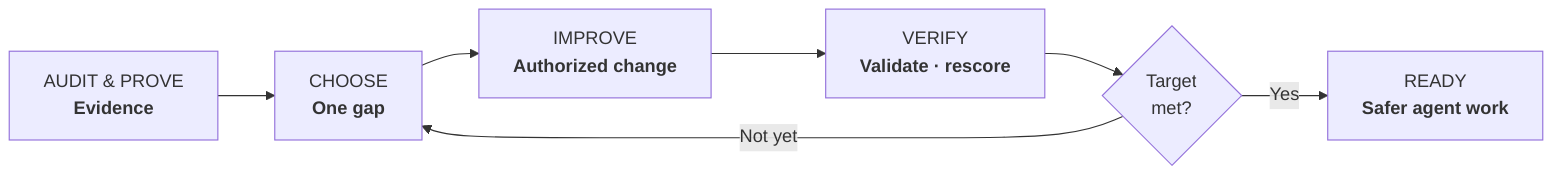
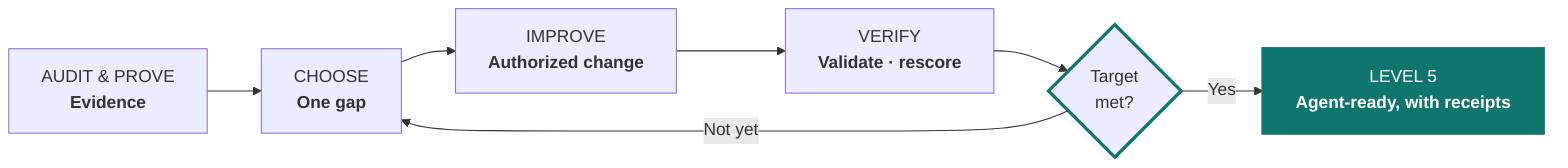
flowchart LR
    audit["AUDIT &amp; PROVE<br/><b>Evidence</b>"] --> gaps["CHOOSE<br/><b>One gap</b>"]
    gaps --> improve["IMPROVE<br/><b>Authorized change</b>"]
    improve --> verify["VERIFY<br/><b>Validate · rescore</b>"]
    verify --> target{"Target<br/>met?"}
    target -- "Not yet" --> gaps
-     target -- "Yes" --> ready["READY<br/><b>Safer agent work</b>"]
+     target -- "Yes" --> level5["LEVEL 5<br/><b>Agent-ready, with receipts</b>"]
+ 
+     classDef decision stroke:#0f766e,stroke-width:3px
+     classDef success fill:#0f766e,color:#ffffff,stroke:#0f766e,stroke-width:3px
+     class target decision
+     class level5 success
